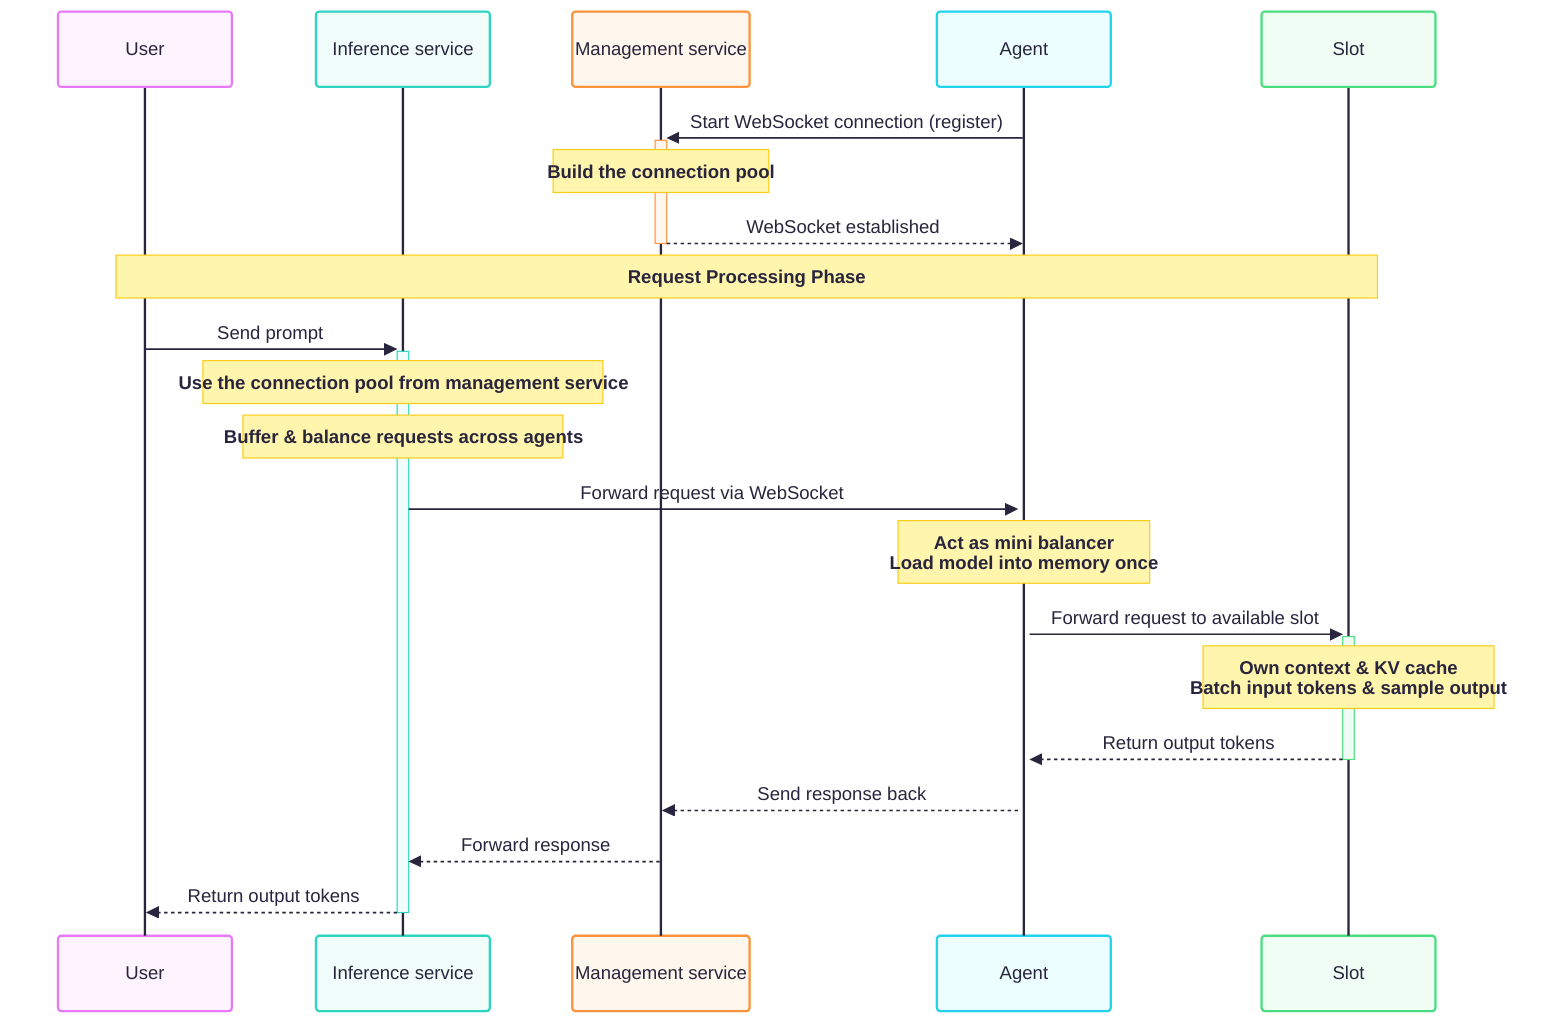
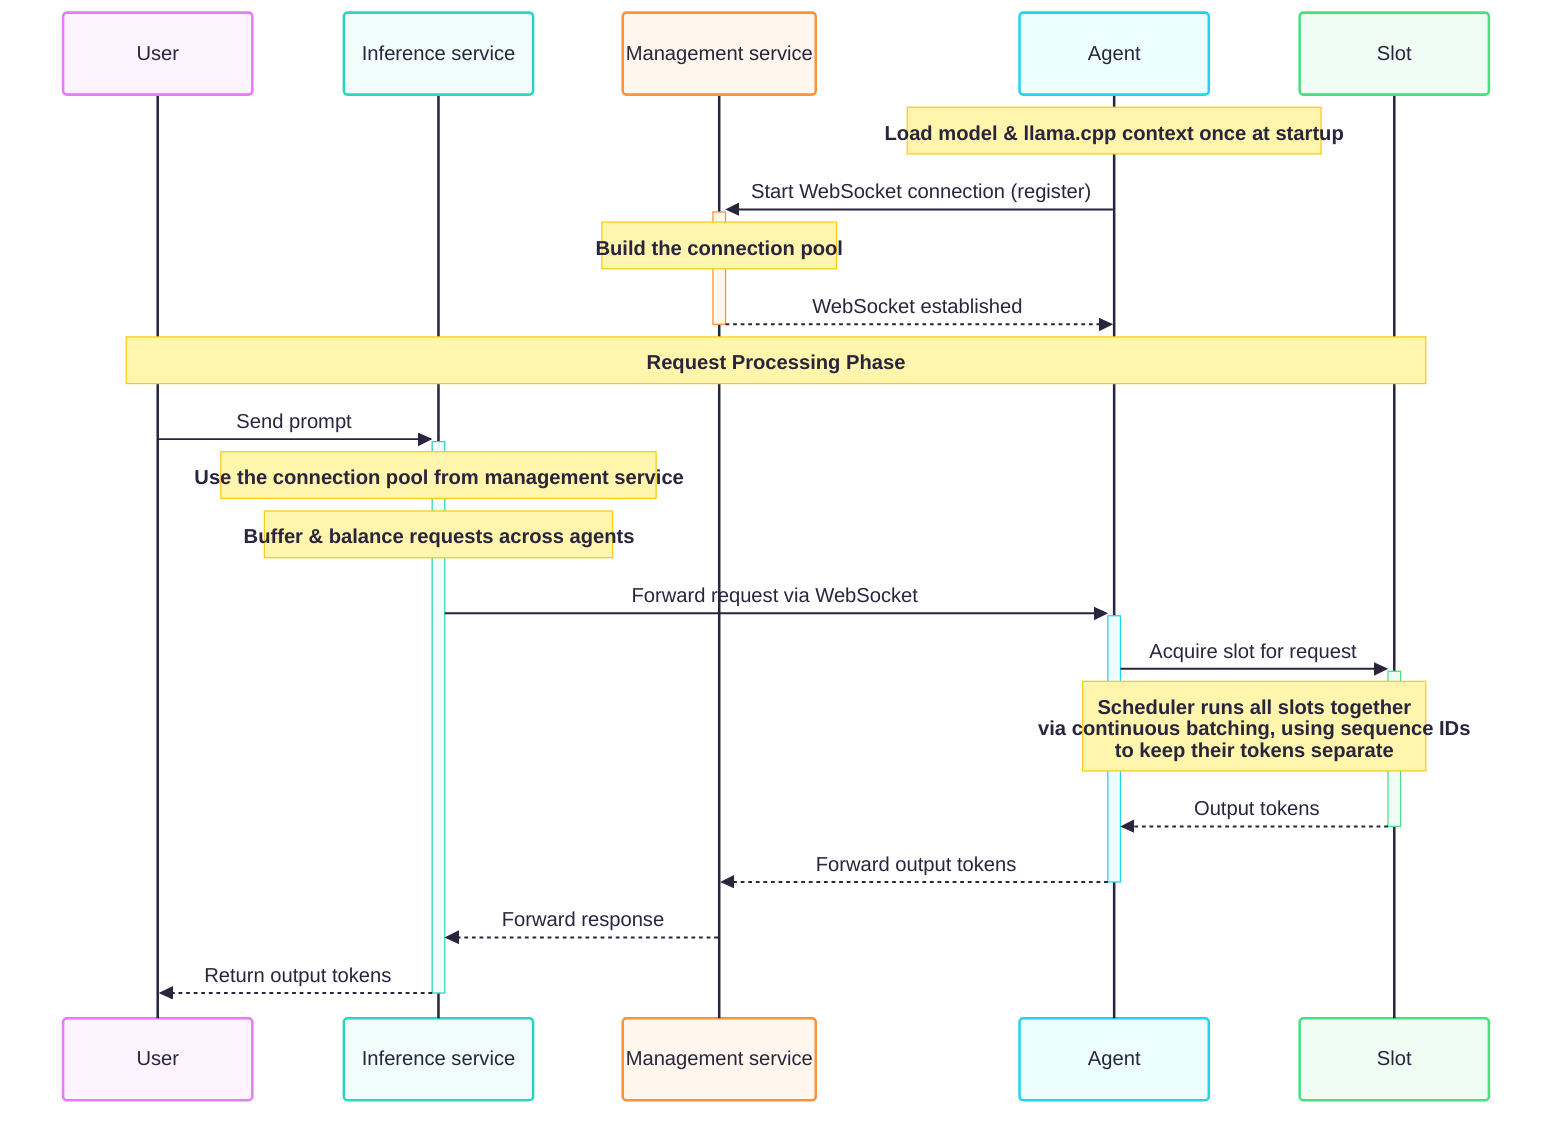
---
config:
  theme: redux-color
---
sequenceDiagram
    participant User
    participant Inference service
    participant Management service
    participant Agent
    participant Slot
+     Note over Agent: Load model & llama.cpp context once at startup
    Agent->>+Management service: Start WebSocket connection (register)
    Note over Management service: Build the connection pool
    Management service-->>-Agent: WebSocket established
    Note over User, Slot: Request Processing Phase
    User->>+Inference service: Send prompt
    Note over Inference service: Use the connection pool from management service
    Note over Inference service: Buffer & balance requests across agents
    Inference service->>+Agent: Forward request via WebSocket
-     Note over Agent: Act as mini balancer<br/>Load model into memory once
-     Agent->>+Slot: Forward request to available slot
-     Note over Slot: Own context & KV cache<br/>Batch input tokens & sample output
-     Slot-->>-Agent: Return output tokens
-     Agent-->>Management service: Send response back
+     Agent->>+Slot: Acquire slot for request
+     Note over Agent, Slot: Scheduler runs all slots together<br/>via continuous batching, using sequence IDs<br/>to keep their tokens separate
+     Slot-->>-Agent: Output tokens
+     Agent-->>-Management service: Forward output tokens
    Management service-->>Inference service: Forward response
    Inference service-->>-User: Return output tokens
